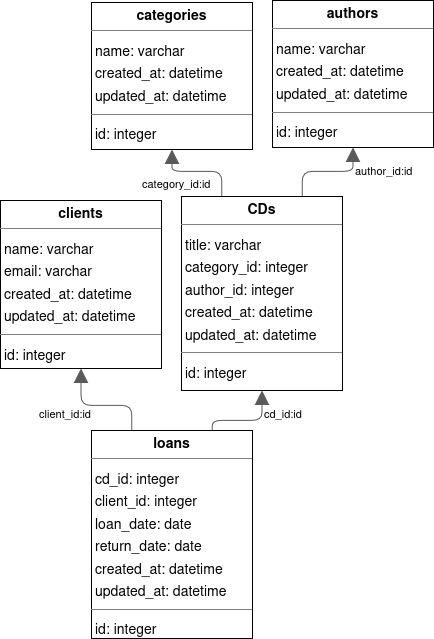
MathieuROCANCOURT/Mediatheque keeps this draw.io diagram as docs/diagram_SQL.png. Above is the earlier version. Source tidied: cells renumbered, new cells last; positions are measured from the earlier drawing's top-left corner, leaving out a move shared by most shapes.
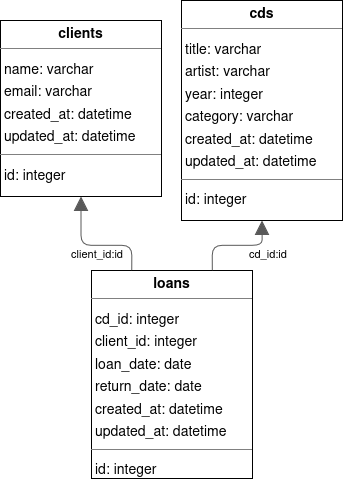
After the commit.

The edit, as a diff of the source:
```diff
@@ -2,64 +2,36 @@
   <root>
     <mxCell id="0" />
     <mxCell id="1" parent="0" />
+    <mxCell id="5" value="&lt;p style=&quot;margin:0px;margin-top:4px;text-align:center;&quot;&gt;&lt;b&gt;cds&lt;/b&gt;&lt;/p&gt;&lt;hr size=&quot;1&quot;/&gt;&lt;p style=&quot;margin:0 0 0 4px;line-height:1.6;&quot;&gt; title: varchar&lt;br/&gt; artist: varchar&lt;br/&gt; year: integer&lt;br/&gt; category: varchar&lt;br/&gt; created_at: datetime&lt;br/&gt; updated_at: datetime&lt;/p&gt;&lt;hr size=&quot;1&quot;/&gt;&lt;p style=&quot;margin:0 0 0 4px;line-height:1.6;&quot;&gt; id: integer&lt;/p&gt;" style="verticalAlign=top;align=left;overflow=fill;fontSize=14;fontFamily=Helvetica;html=1;rounded=0;shadow=0;comic=0;labelBackgroundColor=none;strokeWidth=1;" parent="1" vertex="1">
+      <mxGeometry x="181" y="850" width="161" height="220" as="geometry" />
+    </mxCell>
-    <mxCell id="2" value="&lt;p style=&quot;margin:0px;margin-top:4px;text-align:center;&quot;&gt;&lt;b&gt;CDs&lt;/b&gt;&lt;/p&gt;&lt;hr size=&quot;1&quot;/&gt;&lt;p style=&quot;margin:0 0 0 4px;line-height:1.6;&quot;&gt; title: varchar&lt;br/&gt; category_id: integer&lt;br/&gt; author_id: integer&lt;br/&gt; created_at: datetime&lt;br/&gt; updated_at: datetime&lt;/p&gt;&lt;hr size=&quot;1&quot;/&gt;&lt;p style=&quot;margin:0 0 0 4px;line-height:1.6;&quot;&gt; id: integer&lt;/p&gt;" style="verticalAlign=top;align=left;overflow=fill;fontSize=14;fontFamily=Helvetica;html=1;rounded=0;shadow=0;comic=0;labelBackgroundColor=none;strokeWidth=1;" parent="1" vertex="1">
-      <mxGeometry x="181" y="196" width="161" height="194" as="geometry" />
+    <mxCell id="2" value="&lt;p style=&quot;margin:0px;margin-top:4px;text-align:center;&quot;&gt;&lt;b&gt;clients&lt;/b&gt;&lt;/p&gt;&lt;hr size=&quot;1&quot;/&gt;&lt;p style=&quot;margin:0 0 0 4px;line-height:1.6;&quot;&gt; name: varchar&lt;br/&gt; email: varchar&lt;br/&gt; created_at: datetime&lt;br/&gt; updated_at: datetime&lt;/p&gt;&lt;hr size=&quot;1&quot;/&gt;&lt;p style=&quot;margin:0 0 0 4px;line-height:1.6;&quot;&gt; id: integer&lt;/p&gt;" style="verticalAlign=top;align=left;overflow=fill;fontSize=14;fontFamily=Helvetica;html=1;rounded=0;shadow=0;comic=0;labelBackgroundColor=none;strokeWidth=1;" parent="1" vertex="1">
+      <mxGeometry y="870" width="161" height="176" as="geometry" />
     </mxCell>
-    <mxCell id="3" value="&lt;p style=&quot;margin:0px;margin-top:4px;text-align:center;&quot;&gt;&lt;b&gt;authors&lt;/b&gt;&lt;/p&gt;&lt;hr size=&quot;1&quot;/&gt;&lt;p style=&quot;margin:0 0 0 4px;line-height:1.6;&quot;&gt; name: varchar&lt;br/&gt; created_at: datetime&lt;br/&gt; updated_at: datetime&lt;/p&gt;&lt;hr size=&quot;1&quot;/&gt;&lt;p style=&quot;margin:0 0 0 4px;line-height:1.6;&quot;&gt; id: integer&lt;/p&gt;" style="verticalAlign=top;align=left;overflow=fill;fontSize=14;fontFamily=Helvetica;html=1;rounded=0;shadow=0;comic=0;labelBackgroundColor=none;strokeWidth=1;" parent="1" vertex="1">
-      <mxGeometry x="272" width="161" height="147" as="geometry" />
+    <mxCell id="3" value="&lt;p style=&quot;margin:0px;margin-top:4px;text-align:center;&quot;&gt;&lt;b&gt;loans&lt;/b&gt;&lt;/p&gt;&lt;hr size=&quot;1&quot;/&gt;&lt;p style=&quot;margin:0 0 0 4px;line-height:1.6;&quot;&gt; cd_id: integer&lt;br/&gt; client_id: integer&lt;br/&gt; loan_date: date&lt;br/&gt; return_date: date&lt;br/&gt; created_at: datetime&lt;br/&gt; updated_at: datetime&lt;/p&gt;&lt;hr size=&quot;1&quot;/&gt;&lt;p style=&quot;margin:0 0 0 4px;line-height:1.6;&quot;&gt; id: integer&lt;/p&gt;" style="verticalAlign=top;align=left;overflow=fill;fontSize=14;fontFamily=Helvetica;html=1;rounded=0;shadow=0;comic=0;labelBackgroundColor=none;strokeWidth=1;" parent="1" vertex="1">
+      <mxGeometry x="91" y="1120" width="161" height="208" as="geometry" />
     </mxCell>
-    <mxCell id="4" value="&lt;p style=&quot;margin:0px;margin-top:4px;text-align:center;&quot;&gt;&lt;b&gt;categories&lt;/b&gt;&lt;/p&gt;&lt;hr size=&quot;1&quot;/&gt;&lt;p style=&quot;margin:0 0 0 4px;line-height:1.6;&quot;&gt; name: varchar&lt;br/&gt; created_at: datetime&lt;br/&gt; updated_at: datetime&lt;/p&gt;&lt;hr size=&quot;1&quot;/&gt;&lt;p style=&quot;margin:0 0 0 4px;line-height:1.6;&quot;&gt; id: integer&lt;/p&gt;" style="verticalAlign=top;align=left;overflow=fill;fontSize=14;fontFamily=Helvetica;html=1;rounded=0;shadow=0;comic=0;labelBackgroundColor=none;strokeWidth=1;" parent="1" vertex="1">
-      <mxGeometry x="91" y="2" width="161" height="147" as="geometry" />
-    </mxCell>
-    <mxCell id="5" value="&lt;p style=&quot;margin:0px;margin-top:4px;text-align:center;&quot;&gt;&lt;b&gt;clients&lt;/b&gt;&lt;/p&gt;&lt;hr size=&quot;1&quot;/&gt;&lt;p style=&quot;margin:0 0 0 4px;line-height:1.6;&quot;&gt; name: varchar&lt;br/&gt; email: varchar&lt;br/&gt; created_at: datetime&lt;br/&gt; updated_at: datetime&lt;/p&gt;&lt;hr size=&quot;1&quot;/&gt;&lt;p style=&quot;margin:0 0 0 4px;line-height:1.6;&quot;&gt; id: integer&lt;/p&gt;" style="verticalAlign=top;align=left;overflow=fill;fontSize=14;fontFamily=Helvetica;html=1;rounded=0;shadow=0;comic=0;labelBackgroundColor=none;strokeWidth=1;" parent="1" vertex="1">
-      <mxGeometry y="200" width="161" height="168" as="geometry" />
-    </mxCell>
-    <mxCell id="6" value="&lt;p style=&quot;margin:0px;margin-top:4px;text-align:center;&quot;&gt;&lt;b&gt;loans&lt;/b&gt;&lt;/p&gt;&lt;hr size=&quot;1&quot;/&gt;&lt;p style=&quot;margin:0 0 0 4px;line-height:1.6;&quot;&gt; cd_id: integer&lt;br/&gt; client_id: integer&lt;br/&gt; loan_date: date&lt;br/&gt; return_date: date&lt;br/&gt; created_at: datetime&lt;br/&gt; updated_at: datetime&lt;/p&gt;&lt;hr size=&quot;1&quot;/&gt;&lt;p style=&quot;margin:0 0 0 4px;line-height:1.6;&quot;&gt; id: integer&lt;/p&gt;" style="verticalAlign=top;align=left;overflow=fill;fontSize=14;fontFamily=Helvetica;html=1;rounded=0;shadow=0;comic=0;labelBackgroundColor=none;strokeWidth=1;" parent="1" vertex="1">
-      <mxGeometry x="91" y="430" width="161" height="208" as="geometry" />
-    </mxCell>
-    <mxCell id="7" style="html=1;rounded=1;edgeStyle=orthogonalEdgeStyle;dashed=0;startArrow=none;endArrow=block;endSize=12;strokeColor=#595959;exitX=0.750;exitY=0.000;exitDx=0;exitDy=0;entryX=0.500;entryY=1.000;entryDx=0;entryDy=0;" parent="1" edge="1" source="2" target="3">
-      <mxGeometry relative="1" as="geometry">
-        <Array as="points">
-          <mxPoint x="302" y="171" />
-          <mxPoint x="352" y="171" />
-        </Array>
-      </mxGeometry>
-    </mxCell>
-    <mxCell id="8" value="author_id:id" style="edgeLabel;html=1;align=left;verticalAlign=top;strokeColor=default;" parent="7" vertex="1">
-      <mxGeometry x="235.5" y="7" as="geometry" />
-    </mxCell>
-    <mxCell id="9" style="html=1;rounded=1;edgeStyle=orthogonalEdgeStyle;dashed=0;startArrow=none;endArrow=block;endSize=12;strokeColor=#595959;exitX=0.250;exitY=0.000;exitDx=0;exitDy=0;entryX=0.500;entryY=1.000;entryDx=0;entryDy=0;" parent="1" edge="1" source="2" target="4">
-      <mxGeometry relative="1" as="geometry">
-        <Array as="points">
-          <mxPoint x="221" y="171" />
-          <mxPoint x="171" y="171" />
-        </Array>
-      </mxGeometry>
-    </mxCell>
-    <mxCell id="10" value="category_id:id" style="edgeLabel;html=1;align=left;verticalAlign=top;strokeColor=default;" parent="9" vertex="1">
-      <mxGeometry x="23" y="20" as="geometry" />
-    </mxCell>
-    <mxCell id="11" style="html=1;rounded=1;edgeStyle=orthogonalEdgeStyle;dashed=0;startArrow=none;endArrow=block;endSize=12;strokeColor=#595959;exitX=0.750;exitY=0.000;exitDx=0;exitDy=0;entryX=0.500;entryY=1.000;entryDx=0;entryDy=0;" parent="1" edge="1" source="6" target="2">
+    <mxCell id="11" style="html=1;rounded=1;edgeStyle=orthogonalEdgeStyle;dashed=0;startArrow=none;endArrow=block;endSize=12;strokeColor=#595959;exitX=0.750;exitY=0.000;exitDx=0;exitDy=0;entryX=0.500;entryY=1.000;entryDx=0;entryDy=0;" parent="1" edge="1" source="3" target="5">
       <mxGeometry relative="1" as="geometry">
         <Array as="points">
-          <mxPoint x="212" y="420" />
-          <mxPoint x="262" y="420" />
+          <mxPoint x="211" y="1095" />
+          <mxPoint x="262" y="1095" />
         </Array>
       </mxGeometry>
     </mxCell>
     <mxCell id="12" value="cd_id:id" style="edgeLabel;html=1;align=left;verticalAlign=top;strokeColor=default;" parent="11" vertex="1">
-      <mxGeometry x="144.5" y="250" as="geometry" />
+      <mxGeometry x="130" y="940" as="geometry" />
     </mxCell>
-    <mxCell id="13" style="html=1;rounded=1;edgeStyle=orthogonalEdgeStyle;dashed=0;startArrow=none;endArrow=block;endSize=12;strokeColor=#595959;exitX=0.250;exitY=0.000;exitDx=0;exitDy=0;entryX=0.500;entryY=1.000;entryDx=0;entryDy=0;" parent="1" edge="1" source="6" target="5">
+    <mxCell id="13" style="html=1;rounded=1;edgeStyle=orthogonalEdgeStyle;dashed=0;startArrow=none;endArrow=block;endSize=12;strokeColor=#595959;exitX=0.250;exitY=0.000;exitDx=0;exitDy=0;entryX=0.500;entryY=1.000;entryDx=0;entryDy=0;" parent="1" edge="1" source="3" target="2">
       <mxGeometry relative="1" as="geometry">
         <Array as="points">
-          <mxPoint x="131" y="405" />
-          <mxPoint x="81" y="405" />
+          <mxPoint x="131" y="1095" />
+          <mxPoint x="81" y="1095" />
         </Array>
       </mxGeometry>
     </mxCell>
     <mxCell id="14" value="client_id:id" style="edgeLabel;html=1;align=left;verticalAlign=top;strokeColor=default;" parent="13" vertex="1">
-      <mxGeometry x="-80" y="250" as="geometry" />
+      <mxGeometry x="-48" y="940" as="geometry" />
     </mxCell>
   </root>
 </mxGraphModel>
```
